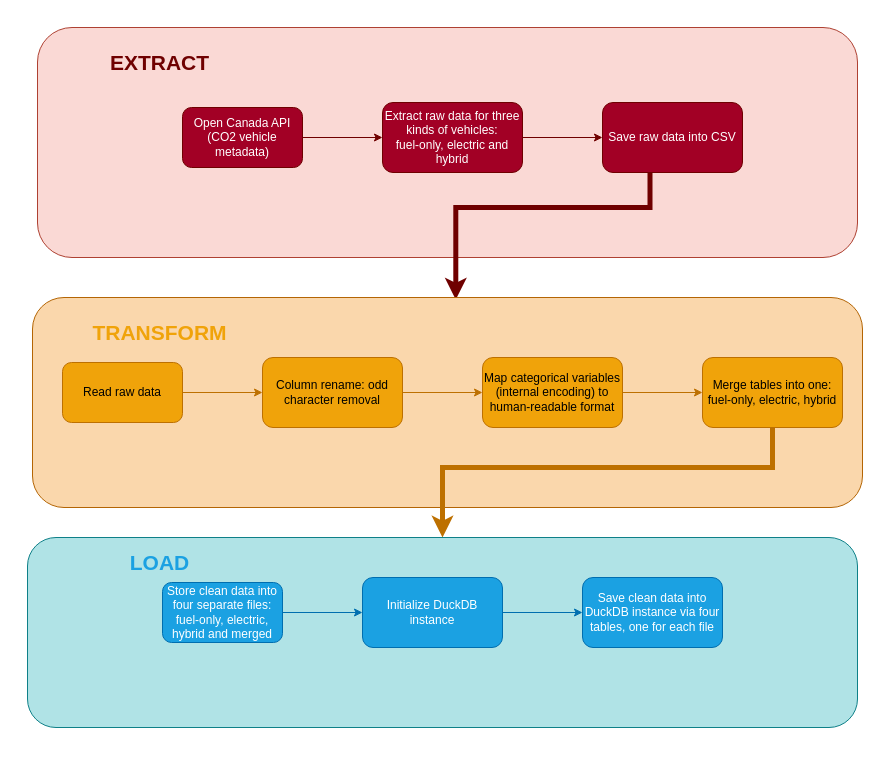
ploomber/sql keeps this draw.io diagram as docs/packaging-your-sql-project/etl-co2-sample.drawio. Above is the earlier version. Source tidied: cells renumbered, new cells numbered last; positions are measured from the earlier drawing's top-left corner, leaving out a move shared by most shapes. Both pictures are drawn from the tidied source at 100%, with x=0, y=0 at pixel (27, 27).
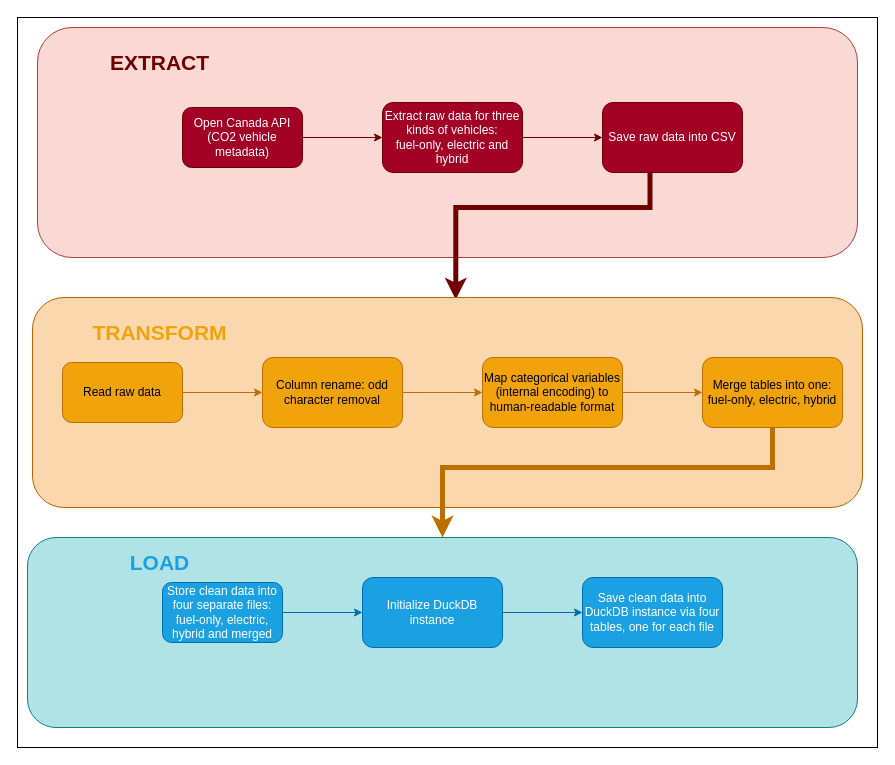
The same page after the edit.

Commit message (it also covers changes not shown here):
change diagram background to white

The edit, as a diff of the source:
```diff
@@
+    <mxCell id="27" style="rounded=0;whiteSpace=wrap;html=1;fillColor=#FFFFFF;" parent="1" vertex="1">
+      <mxGeometry x="-10" y="-10" width="860" height="730" as="geometry" />
+    </mxCell>
```
